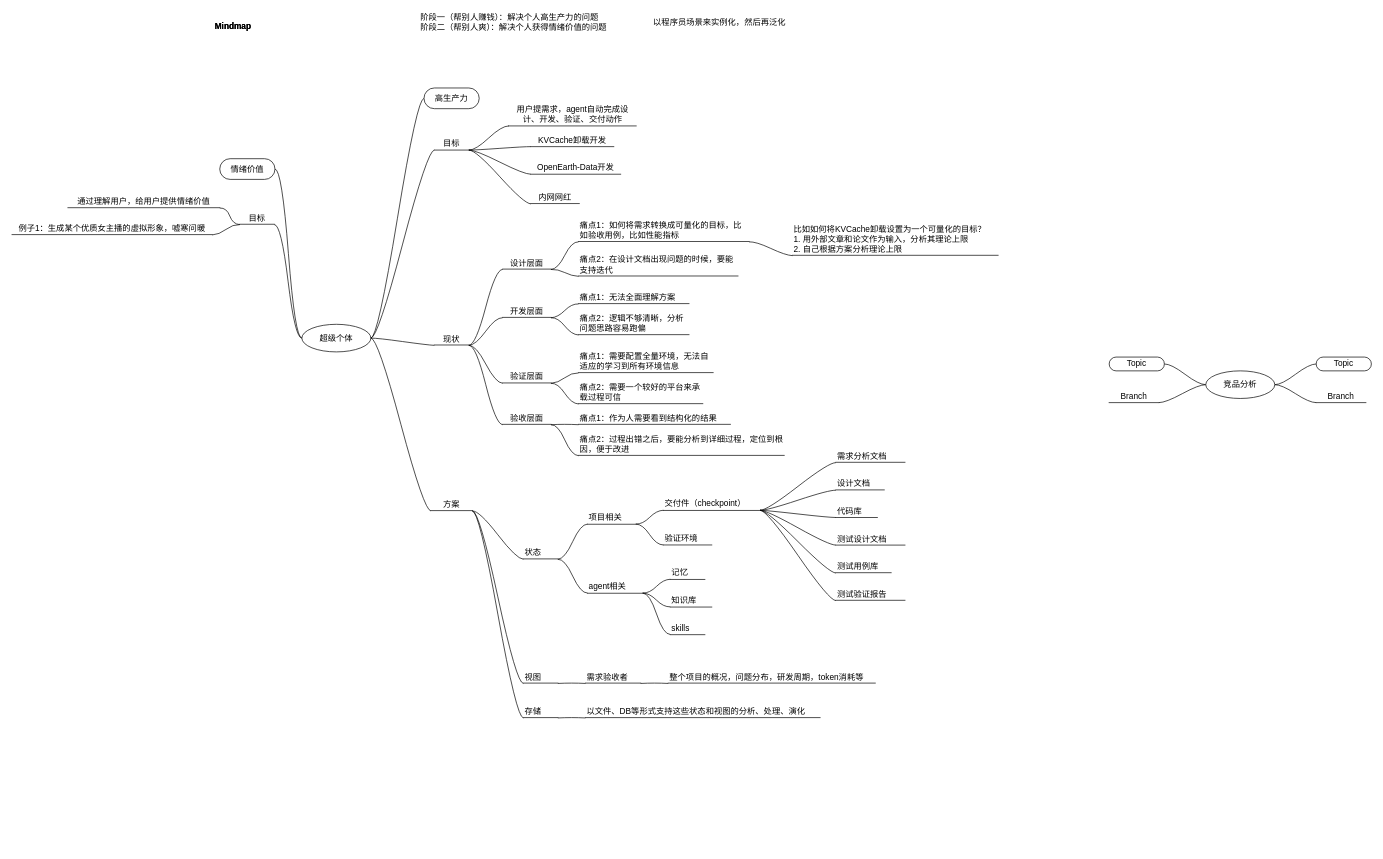
coo-2022/awsome-ai-infra keeps this draw.io diagram as 超级个体.drawio. Above is the earlier version. Source tidied: cells renumbered, new cells numbered last; positions are measured from the earlier drawing's top-left corner, leaving out a move shared by most shapes. Both pictures are drawn from the tidied source at 69%, with x=0, y=0 at pixel (12, 12).
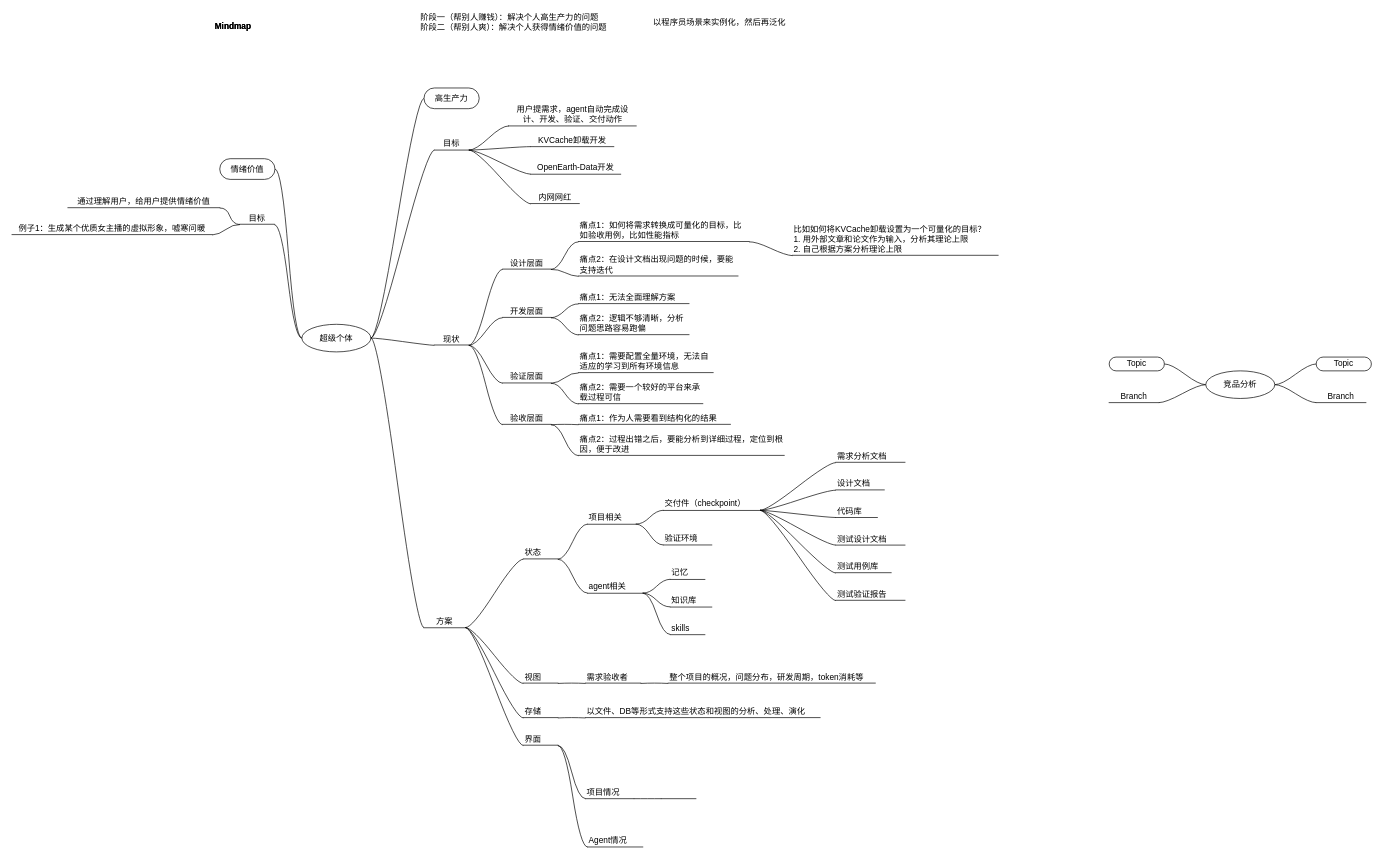
After the change.

Unchanged cells that the change refers to:
```xml
<mxCell id="2" value="Mindmap" style="swimlane;startSize=20;horizontal=1;containerType=tree;transparentBounds=1;groupPadding=20;" parent="1" vertex="1">
  <mxGeometry x="320" y="20" as="geometry" />
</mxCell>
```

Change to the diagram source:
```diff
@@
     <mxCell id="15" value="方案" style="whiteSpace=wrap;html=1;shape=partialRectangle;top=0;left=0;bottom=1;right=0;points=[[0,1],[1,1]];fillColor=none;align=center;verticalAlign=bottom;routingCenterY=0.5;snapToPoint=1;newEdgeStyle={&quot;edgeStyle&quot;:&quot;entityRelationEdgeStyle&quot;,&quot;startArrow&quot;:&quot;none&quot;,&quot;endArrow&quot;:&quot;none&quot;,&quot;segment&quot;:10,&quot;curved&quot;:1,&quot;sourcePerimeterSpacing&quot;:0,&quot;targetPerimeterSpacing&quot;:0};" parent="2" vertex="1">
-      <mxGeometry x="287" y="672.5" width="60" height="30" as="geometry" />
+      <mxGeometry x="277" y="842.3" width="60" height="30" as="geometry" />
     </mxCell>
@@
+    <mxCell id="104" style="edgeStyle=entityRelationEdgeStyle;startArrow=none;endArrow=none;segment=10;curved=1;sourcePerimeterSpacing=0;targetPerimeterSpacing=0;rounded=0;" parent="2" edge="1" source="15" target="105">
+      <mxGeometry relative="1" as="geometry" />
+    </mxCell>
+    <mxCell id="105" value="界面" style="whiteSpace=wrap;html=1;shape=partialRectangle;top=0;left=0;bottom=1;right=0;points=[[0,1],[1,1]];fillColor=none;align=left;verticalAlign=bottom;routingCenterY=0.5;snapToPoint=1;newEdgeStyle={&quot;edgeStyle&quot;:&quot;entityRelationEdgeStyle&quot;,&quot;startArrow&quot;:&quot;none&quot;,&quot;endArrow&quot;:&quot;none&quot;,&quot;segment&quot;:10,&quot;curved&quot;:1,&quot;sourcePerimeterSpacing&quot;:0,&quot;targetPerimeterSpacing&quot;:0};" parent="2" vertex="1">
+      <mxGeometry x="421" y="1012.5" width="50" height="30" as="geometry" />
+    </mxCell>
+    <mxCell id="106" style="edgeStyle=entityRelationEdgeStyle;startArrow=none;endArrow=none;segment=10;curved=1;sourcePerimeterSpacing=0;targetPerimeterSpacing=0;rounded=0;" parent="2" edge="1" source="105" target="107">
+      <mxGeometry relative="1" as="geometry" />
+    </mxCell>
+    <mxCell id="107" value="项目情况" style="whiteSpace=wrap;html=1;shape=partialRectangle;top=0;left=0;bottom=1;right=0;points=[[0,1],[1,1]];fillColor=none;align=left;verticalAlign=bottom;routingCenterY=0.5;snapToPoint=1;newEdgeStyle={&quot;edgeStyle&quot;:&quot;entityRelationEdgeStyle&quot;,&quot;startArrow&quot;:&quot;none&quot;,&quot;endArrow&quot;:&quot;none&quot;,&quot;segment&quot;:10,&quot;curved&quot;:1,&quot;sourcePerimeterSpacing&quot;:0,&quot;targetPerimeterSpacing&quot;:0};" parent="2" vertex="1">
+      <mxGeometry x="511" y="1090" width="70" height="30" as="geometry" />
+    </mxCell>
+    <mxCell id="108" style="edgeStyle=entityRelationEdgeStyle;startArrow=none;endArrow=none;segment=10;curved=1;sourcePerimeterSpacing=0;targetPerimeterSpacing=0;rounded=0;" parent="2" edge="1" source="105" target="109">
+      <mxGeometry relative="1" as="geometry" />
+    </mxCell>
+    <mxCell id="109" value="Agent情况" style="whiteSpace=wrap;html=1;shape=partialRectangle;top=0;left=0;bottom=1;right=0;points=[[0,1],[1,1]];fillColor=none;align=left;verticalAlign=bottom;routingCenterY=0.5;snapToPoint=1;newEdgeStyle={&quot;edgeStyle&quot;:&quot;entityRelationEdgeStyle&quot;,&quot;startArrow&quot;:&quot;none&quot;,&quot;endArrow&quot;:&quot;none&quot;,&quot;segment&quot;:10,&quot;curved&quot;:1,&quot;sourcePerimeterSpacing&quot;:0,&quot;targetPerimeterSpacing&quot;:0};" parent="2" vertex="1">
+      <mxGeometry x="514" y="1160" width="80" height="30" as="geometry" />
+    </mxCell>
+    <mxCell id="110" style="edgeStyle=entityRelationEdgeStyle;startArrow=none;endArrow=none;segment=10;curved=1;sourcePerimeterSpacing=0;targetPerimeterSpacing=0;rounded=0;" parent="2" edge="1" source="107" target="111">
+      <mxGeometry relative="1" as="geometry" />
+    </mxCell>
+    <mxCell id="111" style="whiteSpace=wrap;html=1;shape=partialRectangle;top=0;left=0;bottom=1;right=0;points=[[0,1],[1,1]];fillColor=none;align=left;verticalAlign=bottom;routingCenterY=0.5;snapToPoint=1;newEdgeStyle={&quot;edgeStyle&quot;:&quot;entityRelationEdgeStyle&quot;,&quot;startArrow&quot;:&quot;none&quot;,&quot;endArrow&quot;:&quot;none&quot;,&quot;segment&quot;:10,&quot;curved&quot;:1,&quot;sourcePerimeterSpacing&quot;:0,&quot;targetPerimeterSpacing&quot;:0};" parent="2" vertex="1">
+      <mxGeometry x="621" y="1080" width="50" height="40" as="geometry" />
+    </mxCell>
```
